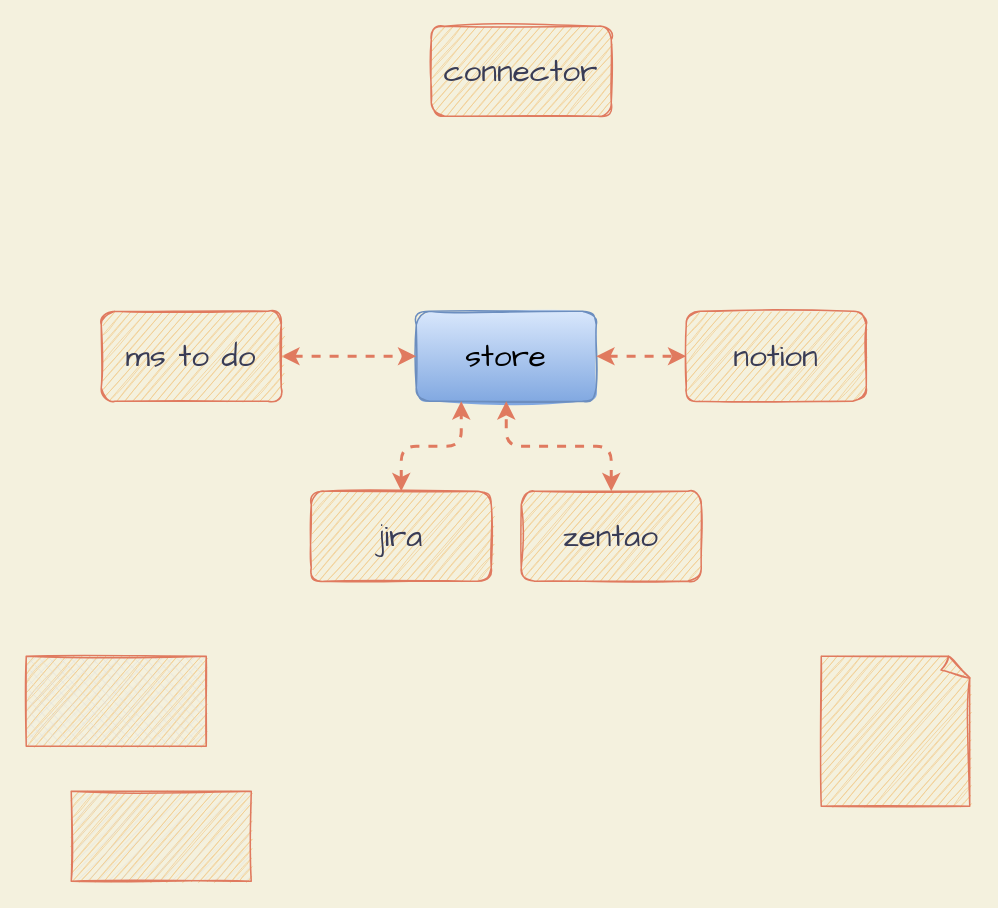
The draw.io diagram unitask.drawio in devsvc-devops/uni-task, before the edit. Source tidied: cells renumbered, new cells numbered last; positions are measured from the earlier drawing's top-left corner, leaving out a move shared by most shapes. Both pictures are drawn from the tidied source at 150%, with x=0, y=0 at pixel (26, 26).
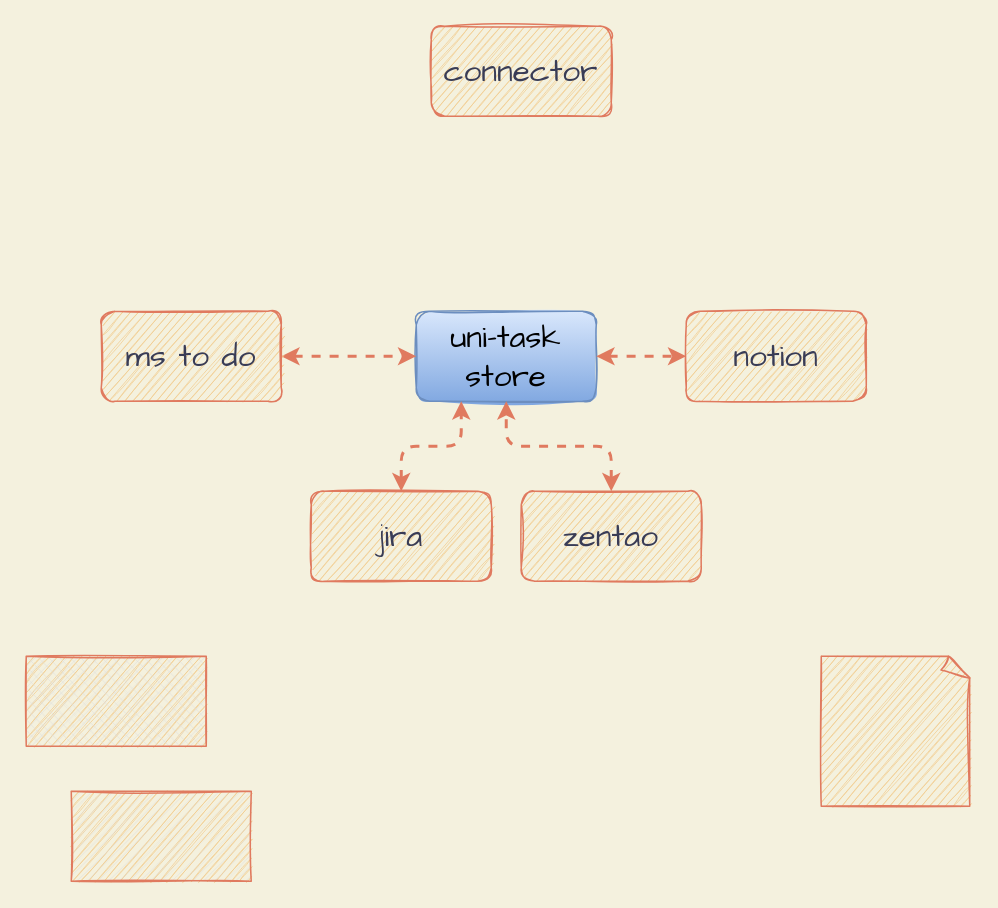
The same page after the edit.

The edit, as a diff of the source:
```diff
@@
 <mxGraphModel background="#F4F1DE">
   <root>
     <mxCell id="0" />
     <mxCell id="1" parent="0" />
     <mxCell id="2" value="connector&lt;br style=&quot;font-size: 21px;&quot;&gt;" style="whiteSpace=wrap;html=1;fillColor=#F2CC8F;strokeColor=#E07A5F;fontColor=#393C56;fontSize=21;rounded=1;sketch=1;fontFamily=Comic Sans MS;" parent="1" vertex="1">
       <mxGeometry x="270" width="120" height="60" as="geometry" />
     </mxCell>
     <mxCell id="3" style="verticalLabelPosition=bottom;verticalAlign=top;html=1;shape=mxgraph.basic.patternFillRect;fillStyle=diag;step=5;fillStrokeWidth=0.2;fillStrokeColor=#dddddd;fontSize=21;rounded=1;sketch=1;fillColor=#F2CC8F;strokeColor=#E07A5F;fontColor=#393C56;" parent="1" vertex="1">
       <mxGeometry x="30" y="510" width="120" height="60" as="geometry" />
     </mxCell>
     <mxCell id="4" style="verticalLabelPosition=bottom;verticalAlign=top;html=1;shape=mxgraph.basic.patternFillRect;fillStyle=diagGrid;step=5;fillStrokeWidth=0.2;fillStrokeColor=#dddddd;fontSize=21;rounded=1;sketch=1;fillColor=#F2CC8F;strokeColor=#E07A5F;fontColor=#393C56;" parent="1" vertex="1">
       <mxGeometry y="420" width="120" height="60" as="geometry" />
     </mxCell>
     <mxCell id="5" style="whiteSpace=wrap;html=1;shape=mxgraph.basic.document;fontSize=21;rounded=1;sketch=1;fillColor=#F2CC8F;strokeColor=#E07A5F;fontColor=#393C56;" parent="1" vertex="1">
       <mxGeometry x="530" y="420" width="100" height="100" as="geometry" />
     </mxCell>
-    <mxCell id="6" value="store" style="whiteSpace=wrap;html=1;fontSize=21;fillColor=#dae8fc;strokeColor=#6c8ebf;rounded=1;sketch=1;fontFamily=Comic Sans MS;gradientColor=#7ea6e0;" parent="1" vertex="1">
+    <mxCell id="6" value="uni-task&lt;br&gt;store" style="whiteSpace=wrap;html=1;fontSize=21;fillColor=#dae8fc;strokeColor=#6c8ebf;rounded=1;sketch=1;fontFamily=Comic Sans MS;gradientColor=#7ea6e0;" parent="1" vertex="1">
       <mxGeometry x="260" y="190" width="120" height="60" as="geometry" />
     </mxCell>
     <mxCell id="7" value="notion" style="whiteSpace=wrap;html=1;fontSize=21;fillColor=#F2CC8F;strokeColor=#E07A5F;fontColor=#393C56;rounded=1;sketch=1;fontFamily=Comic Sans MS;" parent="1" vertex="1">
       <mxGeometry x="440" y="190" width="120" height="60" as="geometry" />
     </mxCell>
     <mxCell id="8" value="zentao" style="whiteSpace=wrap;html=1;fontSize=21;fillColor=#F2CC8F;strokeColor=#E07A5F;fontColor=#393C56;rounded=1;sketch=1;fontFamily=Comic Sans MS;" parent="1" vertex="1">
       <mxGeometry x="330" y="310" width="120" height="60" as="geometry" />
     </mxCell>
     <mxCell id="9" value="jira" style="whiteSpace=wrap;html=1;fontSize=21;fillColor=#F2CC8F;strokeColor=#E07A5F;fontColor=#393C56;rounded=1;sketch=1;fontFamily=Comic Sans MS;" parent="1" vertex="1">
       <mxGeometry x="190" y="310" width="120" height="60" as="geometry" />
     </mxCell>
     <mxCell id="10" style="edgeStyle=orthogonalEdgeStyle;curved=0;rounded=1;sketch=0;jettySize=auto;html=1;entryX=0;entryY=0.5;entryDx=0;entryDy=0;fontFamily=Comic Sans MS;fontColor=#393C56;strokeColor=#E07A5F;fillColor=#F2CC8F;labelBackgroundColor=#F4F1DE;endArrow=classic;endFill=1;startArrow=classic;startFill=1;strokeWidth=2;dashed=1;" parent="1" edge="1" source="11" target="6">
       <mxGeometry relative="1" as="geometry" />
     </mxCell>
     <mxCell id="11" value="ms to do" style="whiteSpace=wrap;html=1;fontSize=21;fillColor=#F2CC8F;strokeColor=#E07A5F;fontColor=#393C56;rounded=1;sketch=1;fontFamily=Comic Sans MS;" parent="1" vertex="1">
       <mxGeometry x="50" y="190" width="120" height="60" as="geometry" />
     </mxCell>
     <mxCell id="12" style="edgeStyle=orthogonalEdgeStyle;curved=0;rounded=1;sketch=0;jettySize=auto;html=1;entryX=0.5;entryY=1;entryDx=0;entryDy=0;fontFamily=Comic Sans MS;fontColor=#393C56;strokeColor=#E07A5F;fillColor=#F2CC8F;labelBackgroundColor=#F4F1DE;endArrow=classic;endFill=1;startArrow=classic;startFill=1;strokeWidth=2;dashed=1;exitX=0.5;exitY=0;exitDx=0;exitDy=0;" parent="1" edge="1" source="8" target="6">
       <mxGeometry relative="1" as="geometry" />
     </mxCell>
     <mxCell id="13" style="edgeStyle=orthogonalEdgeStyle;curved=0;rounded=1;sketch=0;jettySize=auto;html=1;entryX=0;entryY=0.5;entryDx=0;entryDy=0;fontFamily=Comic Sans MS;fontColor=#393C56;strokeColor=#E07A5F;fillColor=#F2CC8F;labelBackgroundColor=#F4F1DE;endArrow=classic;endFill=1;startArrow=classic;startFill=1;strokeWidth=2;dashed=1;exitX=1;exitY=0.5;exitDx=0;exitDy=0;" parent="1" edge="1" source="6" target="7">
       <mxGeometry relative="1" as="geometry" />
     </mxCell>
     <mxCell id="14" style="edgeStyle=orthogonalEdgeStyle;curved=0;rounded=1;sketch=0;jettySize=auto;html=1;fontFamily=Comic Sans MS;fontColor=#393C56;strokeColor=#E07A5F;fillColor=#F2CC8F;labelBackgroundColor=#F4F1DE;endArrow=classic;endFill=1;startArrow=classic;startFill=1;strokeWidth=2;dashed=1;entryX=0.25;entryY=1;entryDx=0;entryDy=0;exitX=0.5;exitY=0;exitDx=0;exitDy=0;" parent="1" edge="1" source="9" target="6">
       <mxGeometry relative="1" as="geometry">
         <Array as="points">
           <mxPoint x="250" y="280" />
           <mxPoint x="290" y="280" />
         </Array>
       </mxGeometry>
     </mxCell>
   </root>
 </mxGraphModel>
```
